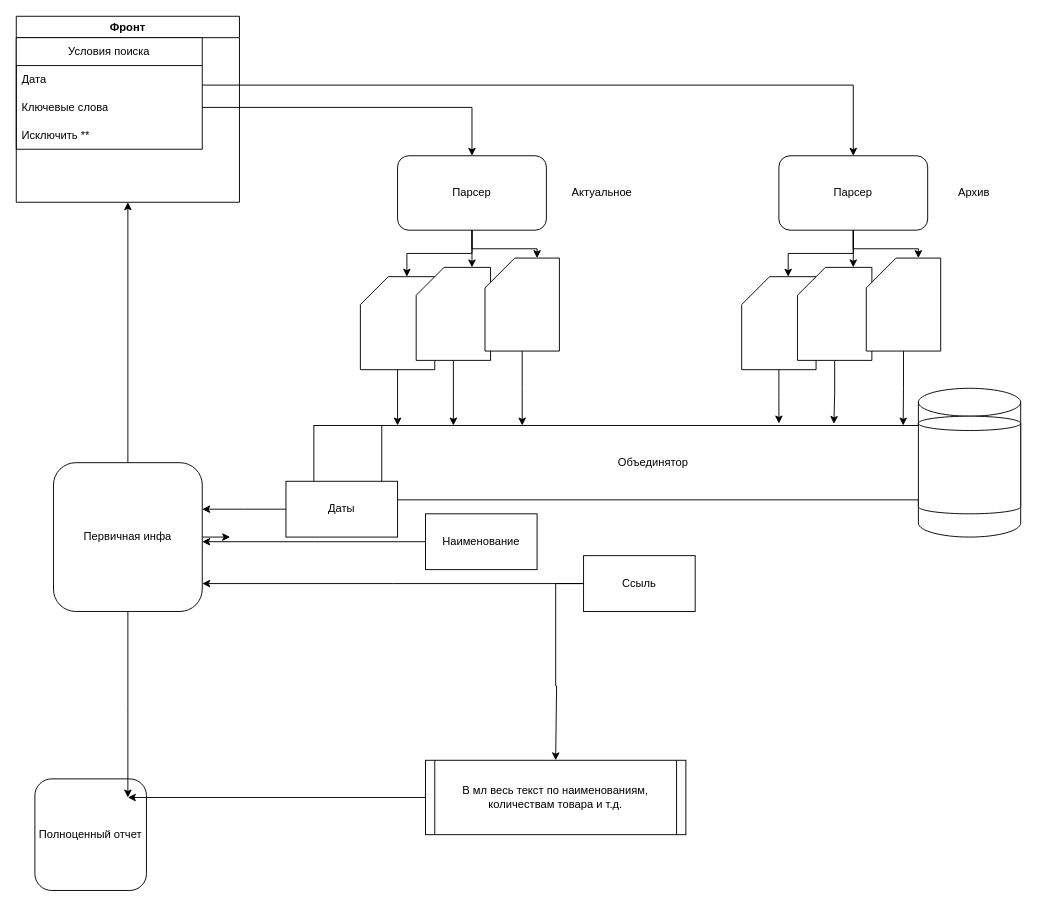
The draw.io diagram Схема.drawio in K-Team-Coders/RusTeam, before the edit. Source tidied: cells renumbered, new cells numbered last; positions are measured from the earlier drawing's top-left corner, leaving out a move shared by most shapes. Both pictures are drawn from the tidied source at 93%, with x=0, y=0 at pixel (16, 16).
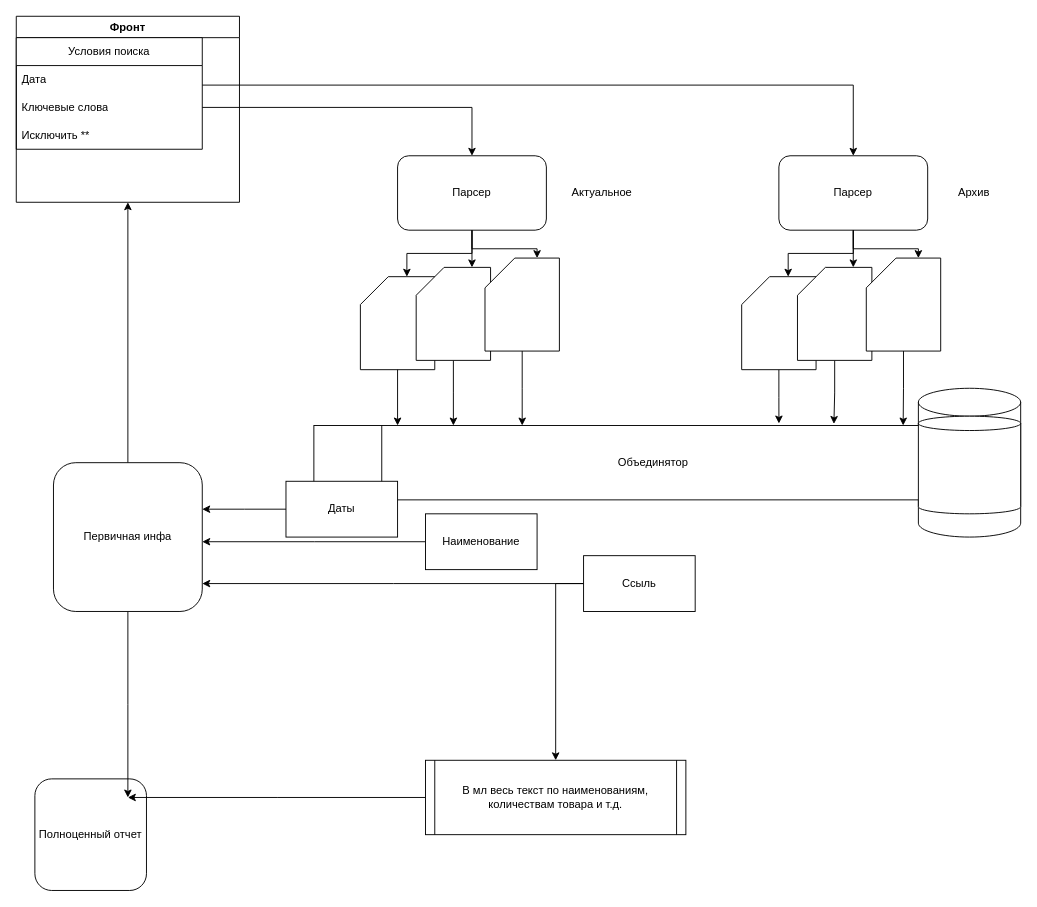
The same diagram, later.

Unchanged cells that the change refers to:
```xml
<mxCell id="28" value="Ссыль" style="rounded=0;whiteSpace=wrap;html=1;" parent="1" vertex="1">
  <mxGeometry x="610" y="580" width="120" height="60" as="geometry" />
</mxCell>
<mxCell id="30" value="В мл весь текст по наименованиям, количествам товара и т.д." style="shape=process;whiteSpace=wrap;html=1;backgroundOutline=1;size=0.03571428571428571;" parent="1" vertex="1">
  <mxGeometry x="440" y="800" width="280" height="80" as="geometry" />
</mxCell>
<mxCell id="34" value="Первичная инфа" style="rounded=1;whiteSpace=wrap;html=1;" parent="1" vertex="1">
  <mxGeometry x="40" y="480" width="160" height="160" as="geometry" />
</mxCell>
```

The edit, as a diff of the source:
```diff
@@
-    <mxCell id="26" style="edgeStyle=orthogonalEdgeStyle;rounded=0;jettySize=auto;html=1;" parent="1" edge="1" source="28">
+    <mxCell id="26" style="edgeStyle=orthogonalEdgeStyle;rounded=0;jettySize=auto;html=1;entryX=0.5;entryY=0;entryDx=0;entryDy=0;" parent="1" edge="1" source="28" target="30">
       <mxGeometry relative="1" as="geometry">
-        <mxPoint x="580" y="800" as="targetPoint" />
         <Array as="points">
-          <mxPoint x="580" y="720" />
-          <mxPoint x="581" y="720" />
-          <mxPoint x="581" y="800" />
+          <mxPoint x="580" y="610" />
         </Array>
       </mxGeometry>
     </mxCell>
@@
-    <mxCell id="33" style="edgeStyle=orthogonalEdgeStyle;rounded=0;jettySize=auto;html=1;" parent="1" edge="1" source="34">
-      <mxGeometry relative="1" as="geometry">
-        <mxPoint x="230" y="560" as="targetPoint" />
-      </mxGeometry>
-    </mxCell>
```
